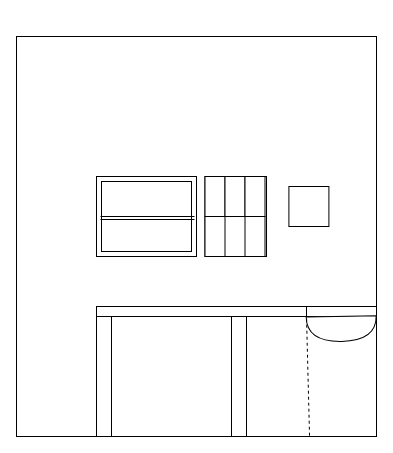
The draw.io diagram page "Left" (1 of 4) of Kitchen.drawio in GourabRoy/FirstRepository, before the edit. Source tidied: cells renumbered, new cells numbered last; positions are measured from the earlier drawing's top-left corner, leaving out a move shared by most shapes. Both pictures are drawn from the tidied source at 100%, with x=0, y=0 at pixel (16, 36).
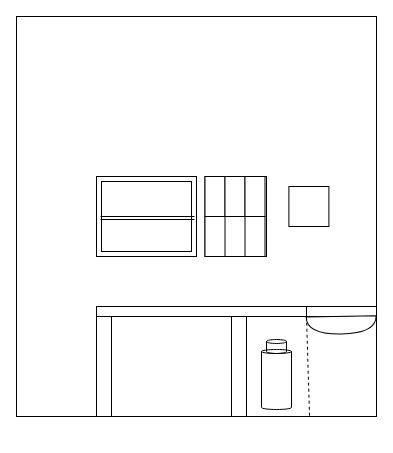
The same page after the edit.

What changed in the source:
```diff
@@
     <mxCell id="2" style="rounded=0;whiteSpace=wrap;html=1;" parent="1" vertex="1">
-      <mxGeometry width="360" height="400" as="geometry" />
+      <mxGeometry y="-20" width="360" height="400" as="geometry" />
     </mxCell>
@@
     <mxCell id="4" style="rounded=0;whiteSpace=wrap;html=1;" parent="1" vertex="1">
-      <mxGeometry x="215" y="280" width="15" height="120" as="geometry" />
+      <mxGeometry x="215" y="280" width="15" height="100" as="geometry" />
     </mxCell>
@@
     <mxCell id="6" style="rounded=0;whiteSpace=wrap;html=1;" parent="1" vertex="1">
-      <mxGeometry x="80" y="280" width="15" height="120" as="geometry" />
+      <mxGeometry x="80" y="280" width="15" height="100" as="geometry" />
     </mxCell>
     <mxCell id="7" style="shape=or;whiteSpace=wrap;html=1;rotation=89;" parent="1" vertex="1">
-      <mxGeometry x="312.4" y="257.4" width="25" height="70" as="geometry" />
+      <mxGeometry x="316" y="253.7" width="17.6" height="70" as="geometry" />
     </mxCell>
@@
+    <mxCell id="20" style="group;" parent="1" vertex="1">
+      <mxGeometry x="245" y="303" width="30" height="70" as="geometry" />
+    </mxCell>
+    <mxCell id="21" style="shape=cylinder3;whiteSpace=wrap;html=1;boundedLbl=1;backgroundOutline=1;size=2;strokeWidth=1;" parent="20" vertex="1">
+      <mxGeometry y="10" width="30" height="60" as="geometry" />
+    </mxCell>
+    <mxCell id="22" style="shape=cylinder3;whiteSpace=wrap;html=1;boundedLbl=1;backgroundOutline=1;size=2;strokeWidth=1;fillColor=none;" parent="20" vertex="1">
+      <mxGeometry x="5" width="20" height="14" as="geometry" />
+    </mxCell>
```
